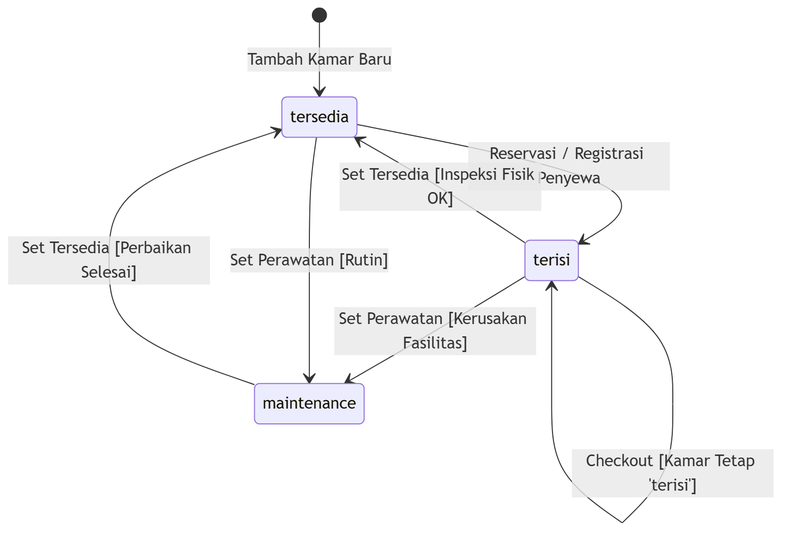
Earlier version of the Mermaid export Blueprint/state/state_kamar_lifecycle.png (rafifarsyapradiva/asri-boarding-house). Its source is kept beside it as Blueprint/state/state_kamar_lifecycle.mmd. Source of this version:
```mermaid
stateDiagram-v2
    [*] --> tersedia : Tambah Kamar Baru
    tersedia --> terisi : Reservasi / Registrasi Penyewa
    terisi --> terisi : Checkout [Kamar Tetap 'terisi']
    terisi --> tersedia : Set Tersedia [Inspeksi Fisik OK]
    terisi --> maintenance : Set Perawatan [Kerusakan Fasilitas]
    tersedia --> maintenance : Set Perawatan [Rutin]
    maintenance --> tersedia : Set Tersedia [Perbaikan Selesai]
```
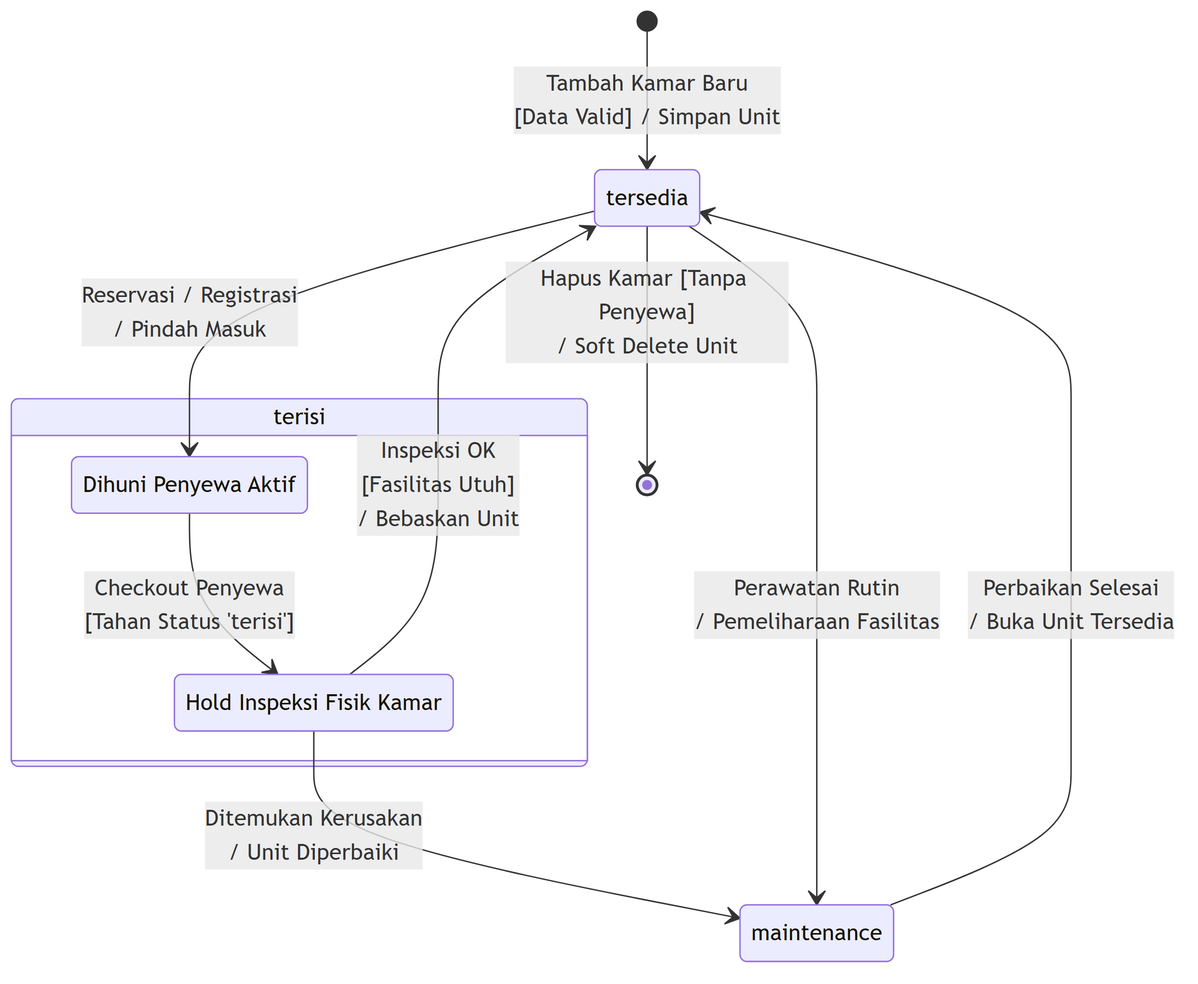
Above is the later version.

What changed in the source:
```diff
@@ -1,8 +1,23 @@
 stateDiagram-v2
-    [*] --> tersedia : Tambah Kamar Baru
-    tersedia --> terisi : Reservasi / Registrasi Penyewa
-    terisi --> terisi : Checkout [Kamar Tetap 'terisi']
-    terisi --> tersedia : Set Tersedia [Inspeksi Fisik OK]
-    terisi --> maintenance : Set Perawatan [Kerusakan Fasilitas]
-    tersedia --> maintenance : Set Perawatan [Rutin]
-    maintenance --> tersedia : Set Tersedia [Perbaikan Selesai]
+    direction TB
+
+    state "tersedia" as tersedia
+    state "maintenance" as maintenance
+
+    [*] --> tersedia : Tambah Kamar Baru<br>[Data Valid] / Simpan Unit
+
+    state "terisi" as terisi {
+        Dihuni : Dihuni Penyewa Aktif
+        InspeksiFisik : Hold Inspeksi Fisik Kamar
+        Dihuni --> InspeksiFisik : Checkout Penyewa<br>[Tahan Status 'terisi']
+    }
+
+    tersedia --> Dihuni : Reservasi / Registrasi<br>/ Pindah Masuk
+
+    InspeksiFisik --> tersedia : Inspeksi OK<br>[Fasilitas Utuh]<br>/ Bebaskan Unit
+    InspeksiFisik --> maintenance : Ditemukan Kerusakan<br>/ Unit Diperbaiki
+
+    tersedia --> maintenance : Perawatan Rutin<br>/ Pemeliharaan Fasilitas
+    maintenance --> tersedia : Perbaikan Selesai<br>/ Buka Unit Tersedia
+
+    tersedia --> [*] : Hapus Kamar [Tanpa Penyewa]<br>/ Soft Delete Unit
```
